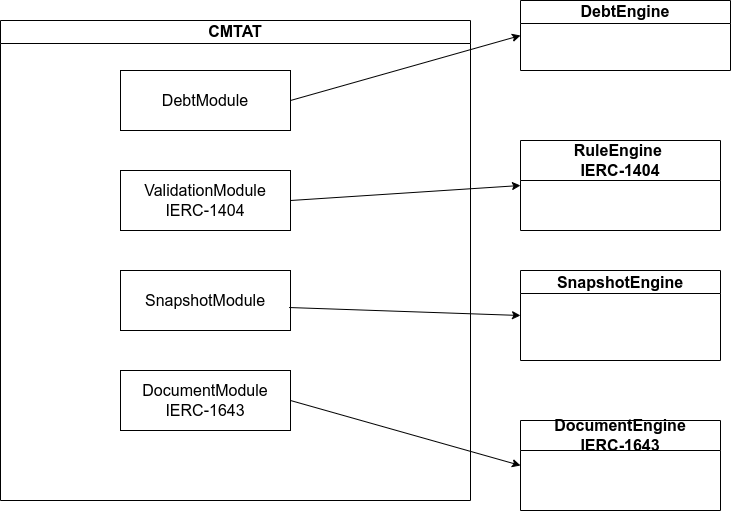
Before: doc/schema/drawio/Engine-Engine.drawio.png, a diagram exported from draw.io (CMTA/CMTAT). Source tidied: cells renumbered, new cells last; positions are measured from the earlier drawing's top-left corner, leaving out a move shared by most shapes.
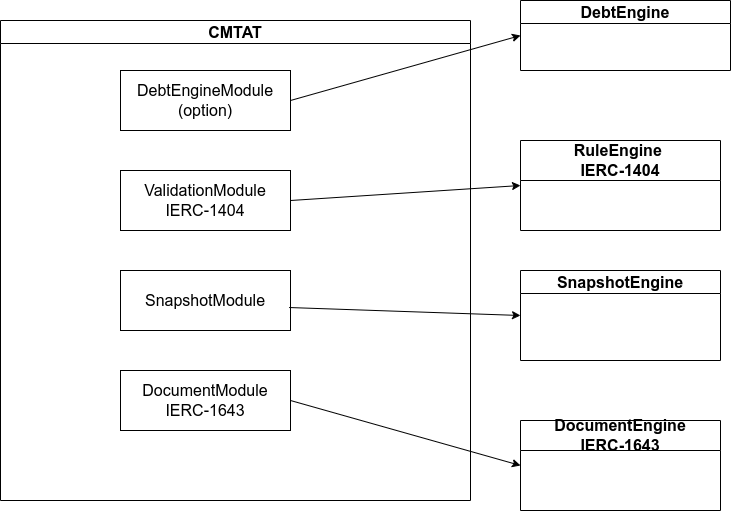
The same file after the commit.

What changed in the source:
```diff
@@ -5,7 +5,7 @@
     <mxCell id="2" value="CMTAT" style="swimlane;whiteSpace=wrap;html=1;fontSize=16;" parent="1" vertex="1">
       <mxGeometry y="20" width="470" height="480" as="geometry" />
     </mxCell>
-    <mxCell id="3" value="DebtModule" style="rounded=0;whiteSpace=wrap;html=1;fontSize=16;" parent="2" vertex="1">
+    <mxCell id="3" value="DebtEngineModule&lt;br&gt;(option)" style="rounded=0;whiteSpace=wrap;html=1;fontSize=16;" parent="2" vertex="1">
       <mxGeometry x="120" y="50" width="170" height="60" as="geometry" />
     </mxCell>
     <mxCell id="4" value="ValidationModule&lt;br style=&quot;font-size: 16px;&quot;&gt;IERC-1404" style="rounded=0;whiteSpace=wrap;html=1;fontSize=16;" parent="2" vertex="1">
```
